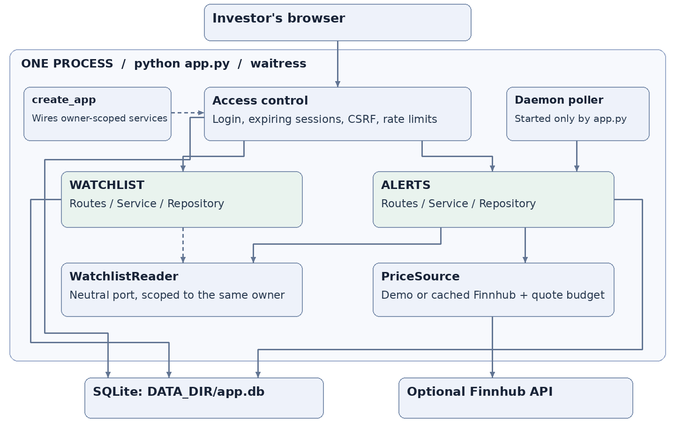
Above: docs/diagrams/architecture.png in issamarida/devops-a1-issamarida (Mermaid), before the change. Its source is kept beside it as docs/diagrams/architecture.mmd.
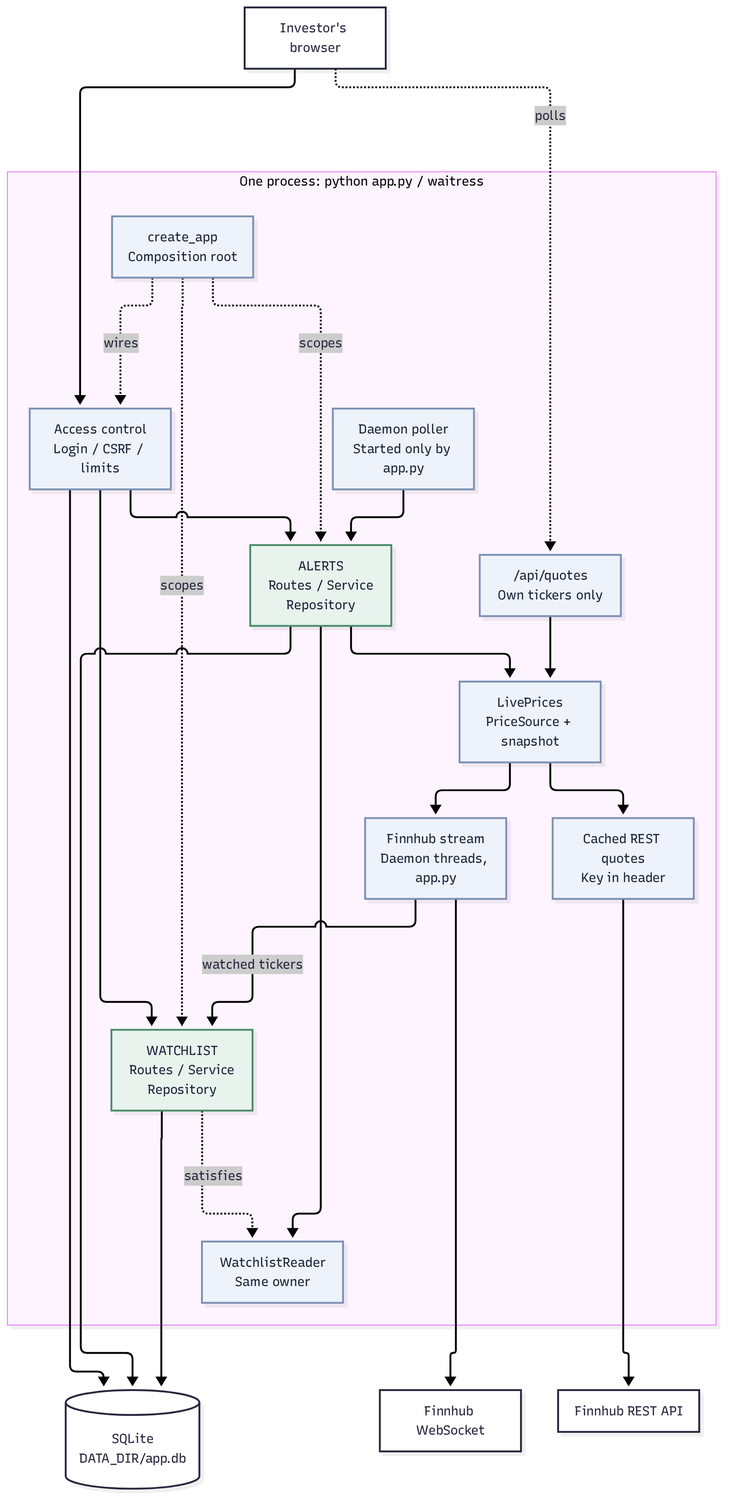
The same diagram one commit later.

Change to the diagram source:
```diff
@@ -6,12 +6,17 @@
         watch["WATCHLIST<br/>Routes / Service<br/>Repository"]
         alert["ALERTS<br/>Routes / Service<br/>Repository"]
         reader["WatchlistReader<br/>Same owner"]
-        price["PriceSource<br/>Cached Finnhub"]
+        price["LivePrices<br/>PriceSource + snapshot"]
+        quotes["/api/quotes<br/>Own tickers only"]
+        stream["Finnhub stream<br/>Daemon threads, app.py"]
+        rest["Cached REST quotes<br/>Key in header"]
         poller["Daemon poller<br/>Started only by app.py"]
     end
     db[("SQLite<br/>DATA_DIR/app.db")]
-    api["Finnhub API"]
+    api["Finnhub REST API"]
+    ws["Finnhub WebSocket"]
     browser --> access
+    browser -. polls .-> quotes
     root -. wires .-> access
     root -. scopes .-> watch
     root -. scopes .-> alert
@@ -21,11 +26,16 @@
     alert --> reader
     watch -. satisfies .-> reader
     alert --> price
-    price --> api
+    quotes --> price
+    price --> stream
+    price --> rest
+    stream --> ws
+    stream -. watched tickers .-> watch
+    rest --> api
     watch --> db
     alert --> db
     access --> db
     classDef support fill:#eef2fa,stroke:#7b90b3,color:#182337
     classDef feature fill:#e9f3ee,stroke:#4c8c6b,color:#182337
-    class root,access,reader,poller,price support
+    class root,access,reader,poller,price,quotes,stream,rest support
     class watch,alert feature
```
